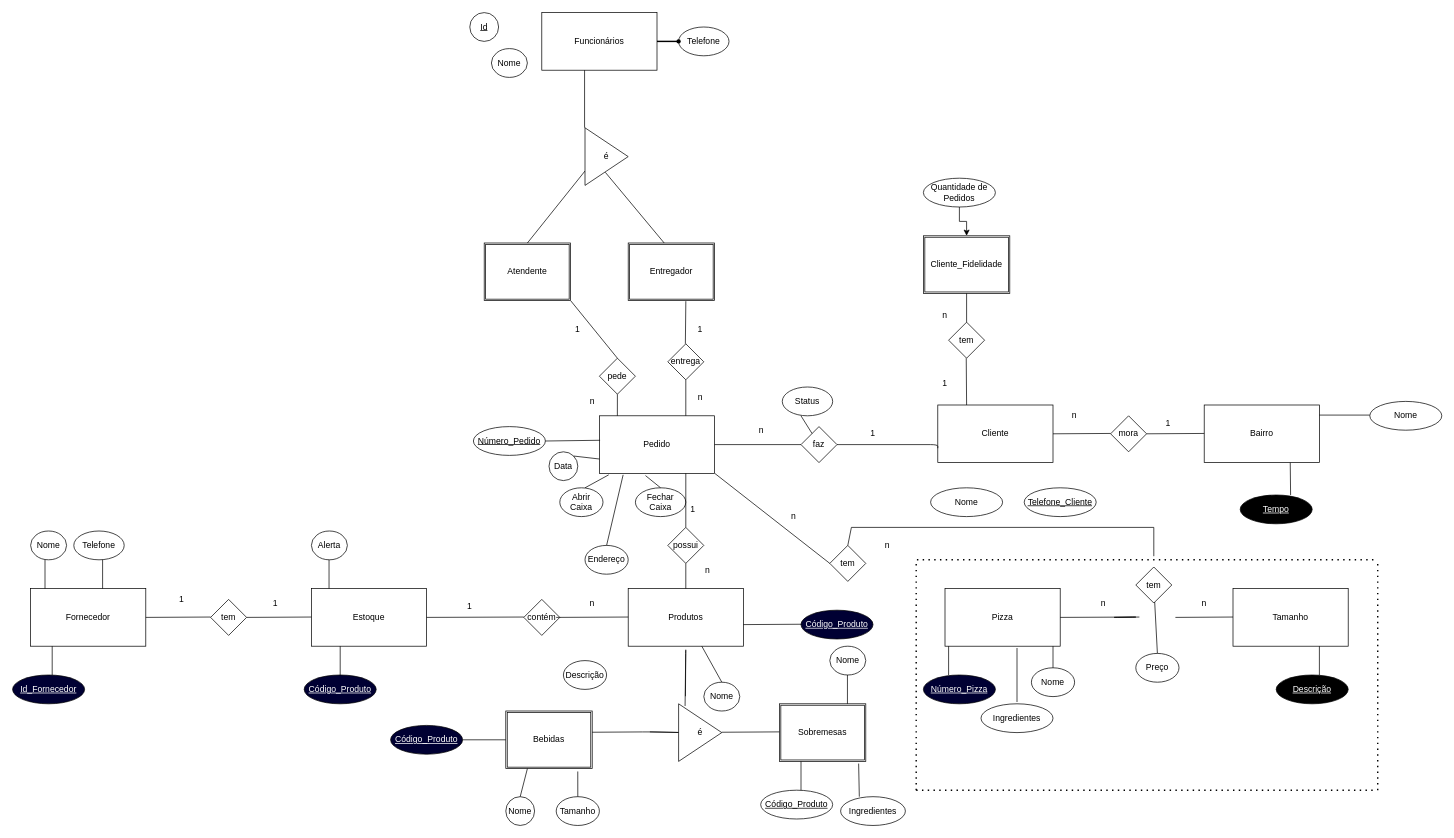
This is MER APSBD1.drawio from yangsouza/BD1, a draw.io file, before an edit. Source tidied: cells renumbered, new cells numbered last; positions are measured from the earlier drawing's top-left corner, leaving out a move shared by most shapes. Both pictures are drawn from the tidied source at 72%, with x=0, y=0 at pixel (12, 12).
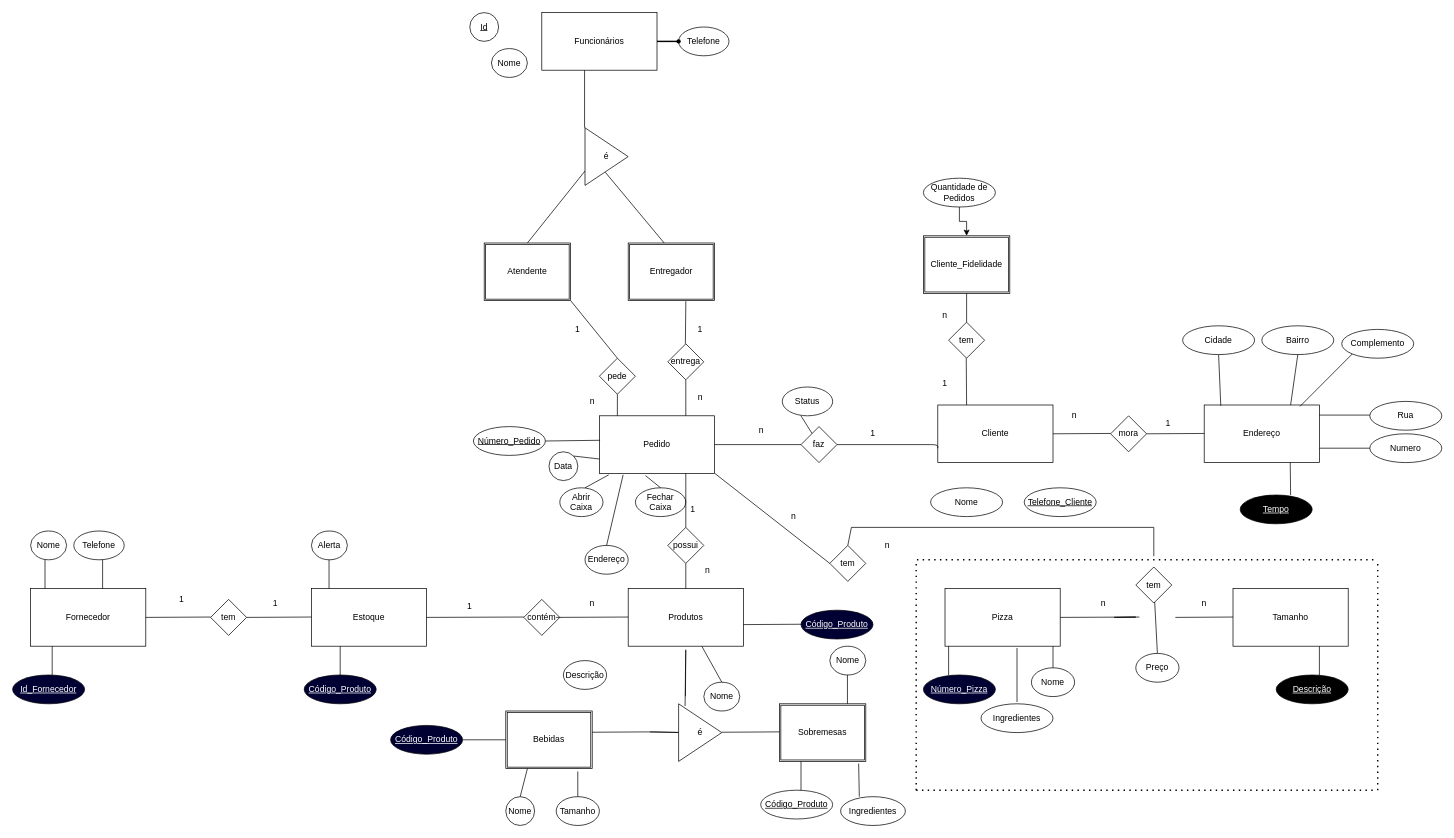
The same diagram, later.

What changed in the source:
```diff
@@
-    <mxCell id="11" value="Bairro" style="rounded=0;whiteSpace=wrap;html=1;" parent="1" vertex="1">
+    <mxCell id="11" value="Endereço" style="rounded=0;whiteSpace=wrap;html=1;" parent="1" vertex="1">
       <mxGeometry x="1655" y="545" width="160" height="80" as="geometry" />
     </mxCell>
@@
-    <mxCell id="37" value="Nome" style="ellipse;whiteSpace=wrap;html=1;align=center;" parent="1" vertex="1">
+    <mxCell id="37" value="Rua" style="ellipse;whiteSpace=wrap;html=1;align=center;" parent="1" vertex="1">
       <mxGeometry x="1885" y="540" width="100" height="40" as="geometry" />
     </mxCell>
@@
+    <mxCell id="143" value="Numero" style="ellipse;whiteSpace=wrap;html=1;align=center;" parent="1" vertex="1">
+      <mxGeometry x="1885" y="585" width="100" height="40" as="geometry" />
+    </mxCell>
+    <mxCell id="144" value="Bairro" style="ellipse;whiteSpace=wrap;html=1;align=center;" parent="1" vertex="1">
+      <mxGeometry x="1735" y="435" width="100" height="40" as="geometry" />
+    </mxCell>
+    <mxCell id="145" value="Cidade" style="ellipse;whiteSpace=wrap;html=1;align=center;" parent="1" vertex="1">
+      <mxGeometry x="1625" y="435" width="100" height="40" as="geometry" />
+    </mxCell>
+    <mxCell id="146" value="Complemento" style="ellipse;whiteSpace=wrap;html=1;align=center;" parent="1" vertex="1">
+      <mxGeometry x="1846" y="440" width="100" height="40" as="geometry" />
+    </mxCell>
+    <mxCell id="147" style="endArrow=none;html=1;entryX=0.5;entryY=1;entryDx=0;entryDy=0;exitX=0.144;exitY=0.013;exitDx=0;exitDy=0;exitPerimeter=0;" parent="1" edge="1" source="11" target="145">
+      <mxGeometry relative="1" as="geometry" />
+    </mxCell>
+    <mxCell id="148" style="endArrow=none;html=1;entryX=0.5;entryY=1;entryDx=0;entryDy=0;exitX=0.75;exitY=0;exitDx=0;exitDy=0;" parent="1" edge="1" source="11" target="144">
+      <mxGeometry relative="1" as="geometry" />
+    </mxCell>
+    <mxCell id="149" style="endArrow=none;html=1;entryX=0;entryY=1;entryDx=0;entryDy=0;exitX=0.831;exitY=0.025;exitDx=0;exitDy=0;exitPerimeter=0;" parent="1" edge="1" source="11" target="146">
+      <mxGeometry relative="1" as="geometry" />
+    </mxCell>
+    <mxCell id="150" style="endArrow=none;html=1;entryX=1;entryY=0.75;entryDx=0;entryDy=0;exitX=0;exitY=0.5;exitDx=0;exitDy=0;" parent="1" edge="1" source="143" target="11">
+      <mxGeometry relative="1" as="geometry" />
+    </mxCell>
```
